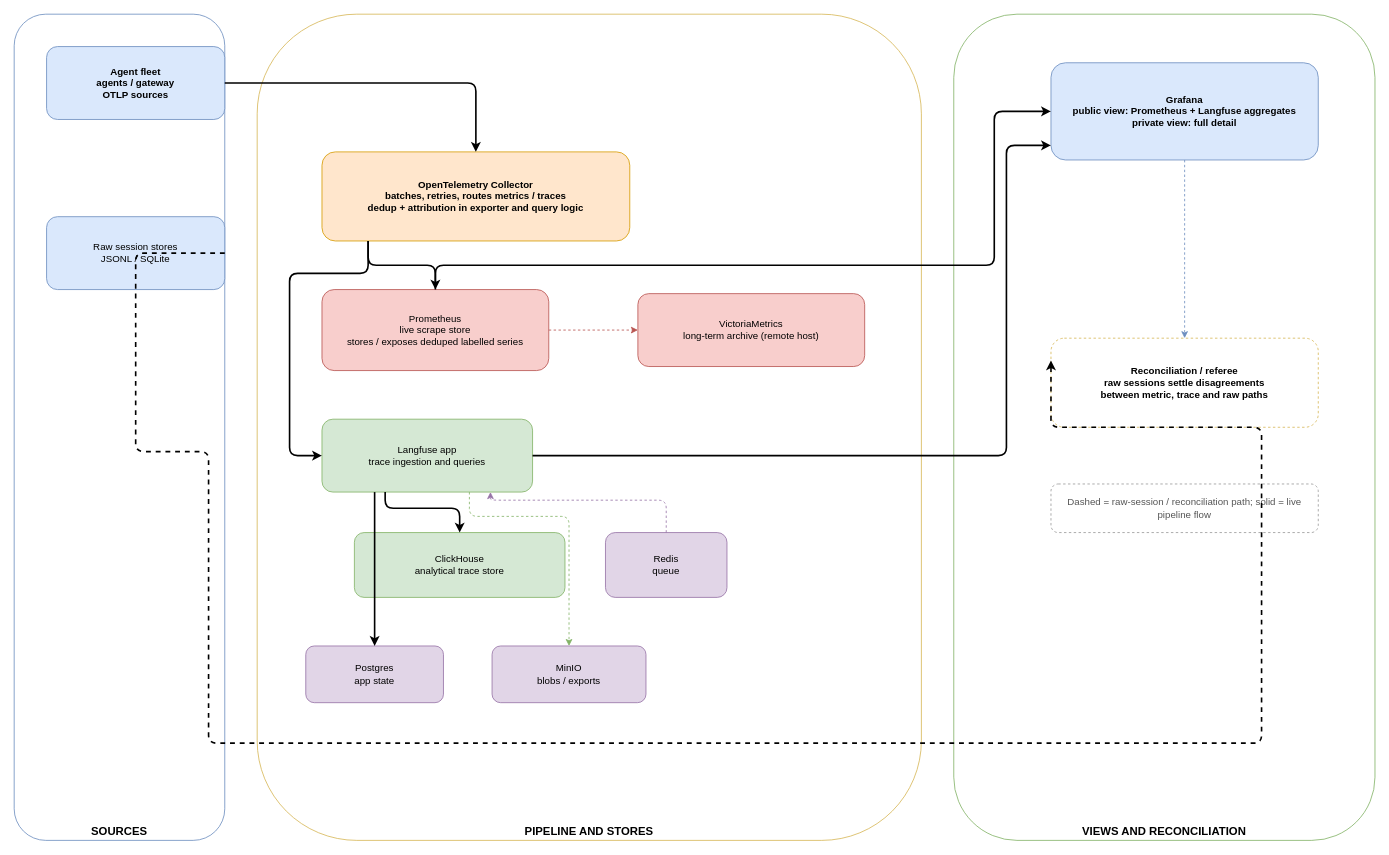
The draw.io diagram public/downloads/telemetry-reference-architecture.drawio in Rajeev-SG/rajeevg.com, before the edit. Source tidied: cells renumbered, new cells numbered last; positions are measured from the earlier drawing's top-left corner, leaving out a move shared by most shapes. Both pictures are drawn from the tidied source at 81%, with x=0, y=0 at pixel (14, 14).
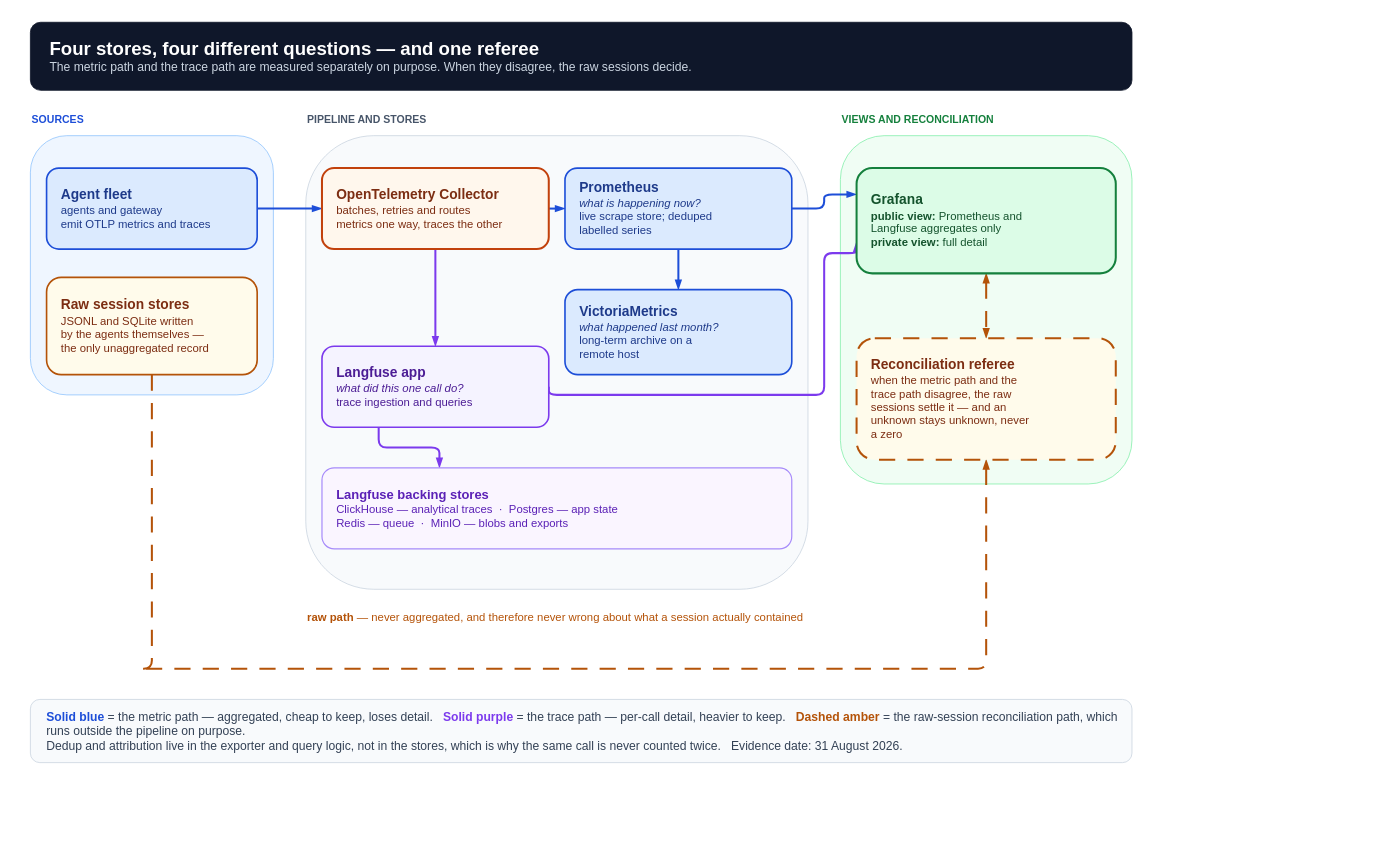
After the change.

Change to the diagram source:
```diff
@@
-<mxGraphModel>
+<mxGraphModel background="#ffffff">
@@
-    <mxCell id="2" value="SOURCES" style="rounded=1;whiteSpace=wrap;html=1;fillColor=none;strokeColor=#6c8ebf;fontStyle=1;verticalAlign=bottom;fontSize=14;" parent="1" vertex="1">
-      <mxGeometry width="260" height="1020" as="geometry" />
-    </mxCell>
-    <mxCell id="3" value="PIPELINE AND STORES" style="rounded=1;whiteSpace=wrap;html=1;fillColor=none;strokeColor=#d6b656;fontStyle=1;verticalAlign=bottom;fontSize=14;" parent="1" vertex="1">
-      <mxGeometry x="300" width="820" height="1020" as="geometry" />
-    </mxCell>
-    <mxCell id="4" value="VIEWS AND RECONCILIATION" style="rounded=1;whiteSpace=wrap;html=1;fillColor=none;strokeColor=#82b366;fontStyle=1;verticalAlign=bottom;fontSize=14;" parent="1" vertex="1">
-      <mxGeometry x="1160" width="520" height="1020" as="geometry" />
-    </mxCell>
-    <mxCell id="5" value="Agent fleet&lt;br&gt;agents / gateway&lt;br&gt;OTLP sources" style="rounded=1;whiteSpace=wrap;html=1;fillColor=#dae8fc;strokeColor=#6c8ebf;fontStyle=1;" parent="1" vertex="1">
-      <mxGeometry x="40" y="40" width="220" height="90" as="geometry" />
-    </mxCell>
-    <mxCell id="6" value="Raw session stores&lt;br&gt;JSONL / SQLite" style="rounded=1;whiteSpace=wrap;html=1;fillColor=#dae8fc;strokeColor=#6c8ebf;" parent="1" vertex="1">
-      <mxGeometry x="40" y="250" width="220" height="90" as="geometry" />
-    </mxCell>
-    <mxCell id="7" value="OpenTelemetry Collector&lt;br&gt;batches, retries, routes metrics / traces&lt;br&gt;dedup + attribution in exporter and query logic" style="rounded=1;whiteSpace=wrap;html=1;fillColor=#ffe6cc;strokeColor=#d79b00;fontStyle=1;" parent="1" vertex="1">
-      <mxGeometry x="380" y="170" width="380" height="110" as="geometry" />
-    </mxCell>
-    <mxCell id="8" value="Prometheus&lt;br&gt;live scrape store&lt;br&gt;stores / exposes deduped labelled series" style="rounded=1;whiteSpace=wrap;html=1;fillColor=#f8cecc;strokeColor=#b85450;" parent="1" vertex="1">
-      <mxGeometry x="380" y="340" width="280" height="100" as="geometry" />
-    </mxCell>
-    <mxCell id="9" value="VictoriaMetrics&lt;br&gt;long-term archive (remote host)" style="rounded=1;whiteSpace=wrap;html=1;fillColor=#f8cecc;strokeColor=#b85450;" parent="1" vertex="1">
-      <mxGeometry x="770" y="345" width="280" height="90" as="geometry" />
-    </mxCell>
-    <mxCell id="10" value="Langfuse app&lt;br&gt;trace ingestion and queries" style="rounded=1;whiteSpace=wrap;html=1;fillColor=#d5e8d4;strokeColor=#82b366;" parent="1" vertex="1">
-      <mxGeometry x="380" y="500" width="260" height="90" as="geometry" />
-    </mxCell>
-    <mxCell id="11" value="ClickHouse&lt;br&gt;analytical trace store" style="rounded=1;whiteSpace=wrap;html=1;fillColor=#d5e8d4;strokeColor=#82b366;" parent="1" vertex="1">
-      <mxGeometry x="420" y="640" width="260" height="80" as="geometry" />
-    </mxCell>
-    <mxCell id="12" value="Redis&lt;br&gt;queue" style="rounded=1;whiteSpace=wrap;html=1;fillColor=#e1d5e7;strokeColor=#9673a6;" parent="1" vertex="1">
-      <mxGeometry x="730" y="640" width="150" height="80" as="geometry" />
-    </mxCell>
-    <mxCell id="13" value="Postgres&lt;br&gt;app state" style="rounded=1;whiteSpace=wrap;html=1;fillColor=#e1d5e7;strokeColor=#9673a6;" parent="1" vertex="1">
-      <mxGeometry x="360" y="780" width="170" height="70" as="geometry" />
-    </mxCell>
-    <mxCell id="14" value="MinIO&lt;br&gt;blobs / exports" style="rounded=1;whiteSpace=wrap;html=1;fillColor=#e1d5e7;strokeColor=#9673a6;" parent="1" vertex="1">
-      <mxGeometry x="590" y="780" width="190" height="70" as="geometry" />
-    </mxCell>
-    <mxCell id="15" value="Grafana&lt;br&gt;public view: Prometheus + Langfuse aggregates&lt;br&gt;private view: full detail" style="rounded=1;whiteSpace=wrap;html=1;fillColor=#dae8fc;strokeColor=#6c8ebf;fontStyle=1;" parent="1" vertex="1">
-      <mxGeometry x="1280" y="60" width="330" height="120" as="geometry" />
-    </mxCell>
-    <mxCell id="16" value="Reconciliation / referee&lt;br&gt;raw sessions settle disagreements&lt;br&gt;between metric, trace and raw paths" style="rounded=1;whiteSpace=wrap;html=1;fillColor=none;strokeColor=#d6b656;fontStyle=1;dashed=1;" parent="1" vertex="1">
-      <mxGeometry x="1280" y="400" width="330" height="110" as="geometry" />
-    </mxCell>
+    <mxCell id="30" style="rounded=1;html=1;fillColor=#eff6ff;strokeColor=#93c5fd;" parent="1" vertex="1">
+      <mxGeometry x="20" y="150" width="300" height="320" as="geometry" />
+    </mxCell>
+    <mxCell id="31" style="rounded=1;html=1;fillColor=#f8fafc;strokeColor=#cbd5e1;" parent="1" vertex="1">
+      <mxGeometry x="360" y="150" width="620" height="560" as="geometry" />
+    </mxCell>
+    <mxCell id="32" style="rounded=1;html=1;fillColor=#f0fdf4;strokeColor=#86efac;" parent="1" vertex="1">
+      <mxGeometry x="1020" y="150" width="360" height="430" as="geometry" />
+    </mxCell>
-    <mxCell id="17" style="edgeStyle=orthogonalEdgeStyle;rounded=1;html=1;strokeWidth=2;" parent="1" edge="1" source="5" target="7">
+    <mxCell id="17" style="edgeStyle=orthogonalEdgeStyle;rounded=1;html=1;strokeColor=#1d4ed8;strokeWidth=2.5;endArrow=blockThin;endFill=1;exitX=1;exitY=0.5;entryX=0;entryY=0.5;" parent="1" edge="1" source="34" target="36">
       <mxGeometry relative="1" as="geometry" />
     </mxCell>
-    <mxCell id="18" style="edgeStyle=orthogonalEdgeStyle;rounded=1;html=1;strokeWidth=2;exitX=0.15;exitY=1;entryX=0.5;entryY=0;" parent="1" edge="1" source="7" target="8">
-      <mxGeometry relative="1" as="geometry">
-        <Array as="points">
-          <mxPoint x="437" y="310" />
-          <mxPoint x="520" y="310" />
-        </Array>
-      </mxGeometry>
+    <mxCell id="18" style="edgeStyle=orthogonalEdgeStyle;rounded=1;html=1;strokeColor=#1d4ed8;strokeWidth=2.5;endArrow=blockThin;endFill=1;exitX=1;exitY=0.5;entryX=0;entryY=0.5;" parent="1" edge="1" source="36" target="8">
+      <mxGeometry relative="1" as="geometry" />
     </mxCell>
-    <mxCell id="19" style="edgeStyle=orthogonalEdgeStyle;rounded=1;html=1;strokeWidth=2;exitX=0.15;exitY=1;entryX=0;entryY=0.5;" parent="1" edge="1" source="7" target="10">
-      <mxGeometry relative="1" as="geometry">
-        <Array as="points">
-          <mxPoint x="437" y="320" />
-          <mxPoint x="340" y="320" />
-          <mxPoint x="340" y="545" />
-        </Array>
-      </mxGeometry>
+    <mxCell id="19" style="edgeStyle=orthogonalEdgeStyle;rounded=1;html=1;strokeColor=#1d4ed8;strokeWidth=2.5;endArrow=blockThin;endFill=1;exitX=0.5;exitY=1;entryX=0.5;entryY=0;" parent="1" edge="1" source="8" target="37">
+      <mxGeometry relative="1" as="geometry" />
     </mxCell>
-    <mxCell id="20" style="edgeStyle=orthogonalEdgeStyle;rounded=1;html=1;dashed=1;strokeColor=#b85450;exitX=1;exitY=0.5;entryX=0;entryY=0.5;" parent="1" edge="1" source="8" target="9">
+    <mxCell id="20" style="edgeStyle=orthogonalEdgeStyle;rounded=1;html=1;strokeColor=#7c3aed;strokeWidth=2.5;endArrow=blockThin;endFill=1;exitX=0.5;exitY=1;entryX=0.5;entryY=0;" parent="1" edge="1" source="36" target="38">
       <mxGeometry relative="1" as="geometry" />
     </mxCell>
-    <mxCell id="21" style="edgeStyle=orthogonalEdgeStyle;rounded=1;html=1;strokeWidth=2;exitX=0.3;exitY=1;entryX=0.5;entryY=0;" parent="1" edge="1" source="10" target="11">
-      <mxGeometry relative="1" as="geometry">
-        <Array as="points">
-          <mxPoint x="458" y="610" />
-          <mxPoint x="550" y="610" />
-        </Array>
-      </mxGeometry>
+    <mxCell id="21" style="edgeStyle=orthogonalEdgeStyle;rounded=1;html=1;strokeColor=#7c3aed;strokeWidth=2.5;endArrow=blockThin;endFill=1;exitX=0.25;exitY=1;entryX=0.25;entryY=0;" parent="1" edge="1" source="38" target="39">
+      <mxGeometry relative="1" as="geometry" />
     </mxCell>
-    <mxCell id="22" style="edgeStyle=orthogonalEdgeStyle;rounded=1;html=1;dashed=1;strokeColor=#9673a6;exitX=0.5;exitY=0;entryX=0.8;entryY=1;" parent="1" edge="1" source="12" target="10">
-      <mxGeometry relative="1" as="geometry">
-        <Array as="points">
-          <mxPoint x="805" y="600" />
-          <mxPoint x="588" y="600" />
-        </Array>
-      </mxGeometry>
+    <mxCell id="22" style="edgeStyle=orthogonalEdgeStyle;rounded=1;html=1;strokeColor=#1d4ed8;strokeWidth=2.5;endArrow=blockThin;endFill=1;exitX=1;exitY=0.5;entryX=0;entryY=0.25;" parent="1" edge="1" source="8" target="40">
+      <mxGeometry relative="1" as="geometry" />
     </mxCell>
-    <mxCell id="23" style="edgeStyle=orthogonalEdgeStyle;rounded=1;html=1;dashed=1;strokeColor=#82b366;exitX=0.7;exitY=1;entryX=0.5;entryY=0;" parent="1" edge="1" source="10" target="14">
+    <mxCell id="23" style="edgeStyle=orthogonalEdgeStyle;rounded=1;html=1;strokeColor=#7c3aed;strokeWidth=2.5;endArrow=blockThin;endFill=1;exitX=1;exitY=0.5;entryX=0;entryY=0.7;" parent="1" edge="1" source="38" target="40">
       <mxGeometry relative="1" as="geometry">
         <Array as="points">
-          <mxPoint x="562" y="620" />
-          <mxPoint x="685" y="620" />
-          <mxPoint x="685" y="750" />
+          <mxPoint x="1000" y="470" />
+          <mxPoint x="1000" y="295" />
         </Array>
       </mxGeometry>
     </mxCell>
-    <mxCell id="24" style="edgeStyle=orthogonalEdgeStyle;rounded=1;html=1;strokeWidth=2;exitX=0.5;exitY=0;entryX=0;entryY=0.5;" parent="1" edge="1" source="8" target="15">
+    <mxCell id="24" style="edgeStyle=orthogonalEdgeStyle;rounded=1;html=1;dashed=1;dashPattern=8 6;strokeColor=#b45309;strokeWidth=2.5;endArrow=blockThin;endFill=1;exitX=0.5;exitY=1;entryX=0.5;entryY=1;" parent="1" edge="1" source="35" target="41">
       <mxGeometry relative="1" as="geometry">
         <Array as="points">
-          <mxPoint x="520" y="310" />
-          <mxPoint x="1210" y="310" />
-          <mxPoint x="1210" y="120" />
+          <mxPoint x="150" y="808" />
+          <mxPoint x="1180" y="808" />
         </Array>
       </mxGeometry>
     </mxCell>
-    <mxCell id="25" style="edgeStyle=orthogonalEdgeStyle;rounded=1;html=1;strokeWidth=2;exitX=1;exitY=0.5;entryX=0;entryY=0.85;" parent="1" edge="1" source="10" target="15">
-      <mxGeometry relative="1" as="geometry">
-        <Array as="points">
-          <mxPoint x="940" y="545" />
-          <mxPoint x="1225" y="545" />
-          <mxPoint x="1225" y="162" />
-        </Array>
-      </mxGeometry>
+    <mxCell id="25" style="edgeStyle=orthogonalEdgeStyle;rounded=1;html=1;dashed=1;dashPattern=8 6;strokeColor=#b45309;strokeWidth=2.5;endArrow=blockThin;endFill=1;startArrow=blockThin;startFill=1;exitX=0.5;exitY=1;entryX=0.5;entryY=0;" parent="1" edge="1" source="40" target="41">
+      <mxGeometry relative="1" as="geometry" />
     </mxCell>
+    <mxCell id="33" value="&lt;b style=&quot;font-size:23px&quot;&gt;Four stores, four different questions &amp;mdash; and one referee&lt;/b&gt;&lt;br&gt;&lt;span style=&quot;font-size:15px;color:#cbd5e1&quot;&gt;The metric path and the trace path are measured separately on purpose. When they disagree, the raw sessions decide.&lt;/span&gt;" style="rounded=1;html=1;whiteSpace=wrap;fillColor=#0f172a;strokeColor=#0f172a;fontColor=#ffffff;align=left;spacingLeft=22;verticalAlign=middle;" parent="1" vertex="1">
+      <mxGeometry x="20" y="10" width="1360" height="84" as="geometry" />
+    </mxCell>
+    <mxCell id="2" value="&lt;b&gt;SOURCES&lt;/b&gt;" style="text;html=1;align=left;verticalAlign=middle;fontSize=13;fontColor=#1d4ed8;" parent="1" vertex="1">
+      <mxGeometry x="20" y="118" width="300" height="24" as="geometry" />
+    </mxCell>
+    <mxCell id="3" value="&lt;b&gt;PIPELINE AND STORES&lt;/b&gt;" style="text;html=1;align=left;verticalAlign=middle;fontSize=13;fontColor=#475569;" parent="1" vertex="1">
+      <mxGeometry x="360" y="118" width="400" height="24" as="geometry" />
+    </mxCell>
+    <mxCell id="4" value="&lt;b&gt;VIEWS AND RECONCILIATION&lt;/b&gt;" style="text;html=1;align=left;verticalAlign=middle;fontSize=13;fontColor=#15803d;" parent="1" vertex="1">
+      <mxGeometry x="1020" y="118" width="360" height="24" as="geometry" />
+    </mxCell>
+    <mxCell id="34" value="&lt;b style=&quot;font-size:17px&quot;&gt;Agent fleet&lt;/b&gt;&lt;br&gt;&lt;span style=&quot;font-size:14px&quot;&gt;agents and gateway&lt;br&gt;emit OTLP metrics and traces&lt;/span&gt;" style="rounded=1;html=1;whiteSpace=wrap;fillColor=#dbeafe;strokeColor=#1d4ed8;strokeWidth=2;align=left;spacingLeft=16;verticalAlign=middle;fontColor=#1e3a8a;" parent="1" vertex="1">
+      <mxGeometry x="40" y="190" width="260" height="100" as="geometry" />
+    </mxCell>
+    <mxCell id="35" value="&lt;b style=&quot;font-size:17px&quot;&gt;Raw session stores&lt;/b&gt;&lt;br&gt;&lt;span style=&quot;font-size:14px&quot;&gt;JSONL and SQLite written&lt;br&gt;by the agents themselves &amp;mdash;&lt;br&gt;the only unaggregated record&lt;/span&gt;" style="rounded=1;html=1;whiteSpace=wrap;fillColor=#fffbeb;strokeColor=#b45309;strokeWidth=2;align=left;spacingLeft=16;verticalAlign=middle;fontColor=#7c2d12;" parent="1" vertex="1">
+      <mxGeometry x="40" y="325" width="260" height="120" as="geometry" />
+    </mxCell>
+    <mxCell id="36" value="&lt;b style=&quot;font-size:17px&quot;&gt;OpenTelemetry Collector&lt;/b&gt;&lt;br&gt;&lt;span style=&quot;font-size:14px&quot;&gt;batches, retries and routes&lt;br&gt;metrics one way, traces the other&lt;/span&gt;" style="rounded=1;html=1;whiteSpace=wrap;fillColor=#fff7ed;strokeColor=#c2410c;strokeWidth=2.5;align=left;spacingLeft=16;verticalAlign=middle;fontColor=#7c2d12;" parent="1" vertex="1">
+      <mxGeometry x="380" y="190" width="280" height="100" as="geometry" />
+    </mxCell>
+    <mxCell id="8" value="&lt;b style=&quot;font-size:17px&quot;&gt;Prometheus&lt;/b&gt;&lt;br&gt;&lt;span style=&quot;font-size:14px&quot;&gt;&lt;i&gt;what is happening now?&lt;/i&gt;&lt;br&gt;live scrape store; deduped&lt;br&gt;labelled series&lt;/span&gt;" style="rounded=1;html=1;whiteSpace=wrap;fillColor=#dbeafe;strokeColor=#1d4ed8;strokeWidth=2;align=left;spacingLeft=16;verticalAlign=middle;fontColor=#1e3a8a;" parent="1" vertex="1">
+      <mxGeometry x="680" y="190" width="280" height="100" as="geometry" />
+    </mxCell>
+    <mxCell id="37" value="&lt;b style=&quot;font-size:17px&quot;&gt;VictoriaMetrics&lt;/b&gt;&lt;br&gt;&lt;span style=&quot;font-size:14px&quot;&gt;&lt;i&gt;what happened last month?&lt;/i&gt;&lt;br&gt;long-term archive on a&lt;br&gt;remote host&lt;/span&gt;" style="rounded=1;html=1;whiteSpace=wrap;fillColor=#dbeafe;strokeColor=#1d4ed8;strokeWidth=2;align=left;spacingLeft=16;verticalAlign=middle;fontColor=#1e3a8a;" parent="1" vertex="1">
+      <mxGeometry x="680" y="340" width="280" height="105" as="geometry" />
+    </mxCell>
+    <mxCell id="38" value="&lt;b style=&quot;font-size:17px&quot;&gt;Langfuse app&lt;/b&gt;&lt;br&gt;&lt;span style=&quot;font-size:14px&quot;&gt;&lt;i&gt;what did this one call do?&lt;/i&gt;&lt;br&gt;trace ingestion and queries&lt;/span&gt;" style="rounded=1;html=1;whiteSpace=wrap;fillColor=#f5f3ff;strokeColor=#7c3aed;strokeWidth=2;align=left;spacingLeft=16;verticalAlign=middle;fontColor=#4c1d95;" parent="1" vertex="1">
+      <mxGeometry x="380" y="410" width="280" height="100" as="geometry" />
+    </mxCell>
+    <mxCell id="39" value="&lt;b style=&quot;font-size:16px&quot;&gt;Langfuse backing stores&lt;/b&gt;&lt;br&gt;&lt;span style=&quot;font-size:14px&quot;&gt;ClickHouse &amp;mdash; analytical traces &amp;nbsp;&amp;middot;&amp;nbsp; Postgres &amp;mdash; app state&lt;br&gt;Redis &amp;mdash; queue &amp;nbsp;&amp;middot;&amp;nbsp; MinIO &amp;mdash; blobs and exports&lt;/span&gt;" style="rounded=1;html=1;whiteSpace=wrap;fillColor=#faf5ff;strokeColor=#a78bfa;strokeWidth=1.5;align=left;spacingLeft=16;verticalAlign=middle;fontColor=#5b21b6;" parent="1" vertex="1">
+      <mxGeometry x="380" y="560" width="580" height="100" as="geometry" />
+    </mxCell>
+    <mxCell id="40" value="&lt;b style=&quot;font-size:17px&quot;&gt;Grafana&lt;/b&gt;&lt;br&gt;&lt;span style=&quot;font-size:14px&quot;&gt;&lt;b&gt;public view:&lt;/b&gt; Prometheus and&lt;br&gt;Langfuse aggregates only&lt;br&gt;&lt;b&gt;private view:&lt;/b&gt; full detail&lt;/span&gt;" style="rounded=1;html=1;whiteSpace=wrap;fillColor=#dcfce7;strokeColor=#15803d;strokeWidth=2.5;align=left;spacingLeft=16;verticalAlign=middle;fontColor=#14532d;" parent="1" vertex="1">
+      <mxGeometry x="1040" y="190" width="320" height="130" as="geometry" />
+    </mxCell>
+    <mxCell id="41" value="&lt;b style=&quot;font-size:17px&quot;&gt;Reconciliation referee&lt;/b&gt;&lt;br&gt;&lt;span style=&quot;font-size:14px&quot;&gt;when the metric path and the&lt;br&gt;trace path disagree, the raw&lt;br&gt;sessions settle it &amp;mdash; and an&lt;br&gt;unknown stays unknown, never&lt;br&gt;a zero&lt;/span&gt;" style="rounded=1;html=1;whiteSpace=wrap;fillColor=#fffbeb;strokeColor=#b45309;strokeWidth=2.5;dashed=1;dashPattern=8 6;align=left;spacingLeft=16;verticalAlign=middle;fontColor=#7c2d12;" parent="1" vertex="1">
+      <mxGeometry x="1040" y="400" width="320" height="150" as="geometry" />
+    </mxCell>
+    <mxCell id="42" value="&lt;span style=&quot;font-size:14px;color:#b45309&quot;&gt;&lt;b&gt;raw path&lt;/b&gt; &amp;mdash; never aggregated, and therefore never wrong about what a session actually contained&lt;/span&gt;" style="text;html=1;align=left;verticalAlign=middle;" parent="1" vertex="1">
+      <mxGeometry x="360" y="732" width="1000" height="26" as="geometry" />
+    </mxCell>
-    <mxCell id="26" value="Dashed = raw-session / reconciliation path; solid = live pipeline flow" style="rounded=1;whiteSpace=wrap;html=1;fillColor=none;strokeColor=#999999;dashed=1;fontSize=12;fontColor=#555555;" parent="1" vertex="1">
-      <mxGeometry x="1280" y="580" width="330" height="60" as="geometry" />
+    <mxCell id="26" value="&lt;span style=&quot;font-size:15px&quot;&gt;&lt;b style=&quot;color:#1d4ed8&quot;&gt;Solid blue&lt;/b&gt; = the metric path &amp;mdash; aggregated, cheap to keep, loses detail. &amp;nbsp; &lt;b style=&quot;color:#7c3aed&quot;&gt;Solid purple&lt;/b&gt; = the trace path &amp;mdash; per-call detail, heavier to keep. &amp;nbsp; &lt;b style=&quot;color:#b45309&quot;&gt;Dashed amber&lt;/b&gt; = the raw-session reconciliation path, which runs outside the pipeline on purpose.&lt;br&gt;Dedup and attribution live in the exporter and query logic, not in the stores, which is why the same call is never counted twice. &amp;nbsp; Evidence date: 31 August 2026.&lt;/span&gt;" style="rounded=1;html=1;whiteSpace=wrap;fillColor=#f8fafc;strokeColor=#cbd5e1;align=left;spacingLeft=18;verticalAlign=middle;fontColor=#334155;" parent="1" vertex="1">
+      <mxGeometry x="20" y="846" width="1360" height="78" as="geometry" />
     </mxCell>
-    <mxCell id="27" style="edgeStyle=orthogonalEdgeStyle;rounded=1;html=1;strokeWidth=2;exitX=0.25;exitY=1;entryX=0.5;entryY=0;" parent="1" edge="1" source="10" target="13">
-      <mxGeometry relative="1" as="geometry">
-        <Array as="points">
-          <mxPoint x="445" y="625" />
-          <mxPoint x="445" y="740" />
-        </Array>
-      </mxGeometry>
-    </mxCell>
-    <mxCell id="28" style="edgeStyle=orthogonalEdgeStyle;rounded=1;html=1;dashed=1;strokeWidth=2;exitX=1;exitY=0.5;entryX=0;entryY=0.25;" parent="1" edge="1" source="6" target="16">
-      <mxGeometry relative="1" as="geometry">
-        <Array as="points">
-          <mxPoint x="150" y="295" />
-          <mxPoint x="150" y="540" />
-          <mxPoint x="240" y="540" />
-          <mxPoint x="240" y="900" />
-          <mxPoint x="1540" y="950" />
-          <mxPoint x="1540" y="510" />
-        </Array>
-      </mxGeometry>
-    </mxCell>
-    <mxCell id="29" style="edgeStyle=orthogonalEdgeStyle;rounded=1;html=1;dashed=1;strokeColor=#6c8ebf;exitX=0.5;exitY=1;entryX=0.5;entryY=0;" parent="1" edge="1" source="15" target="16">
-      <mxGeometry relative="1" as="geometry" />
-    </mxCell>
```
